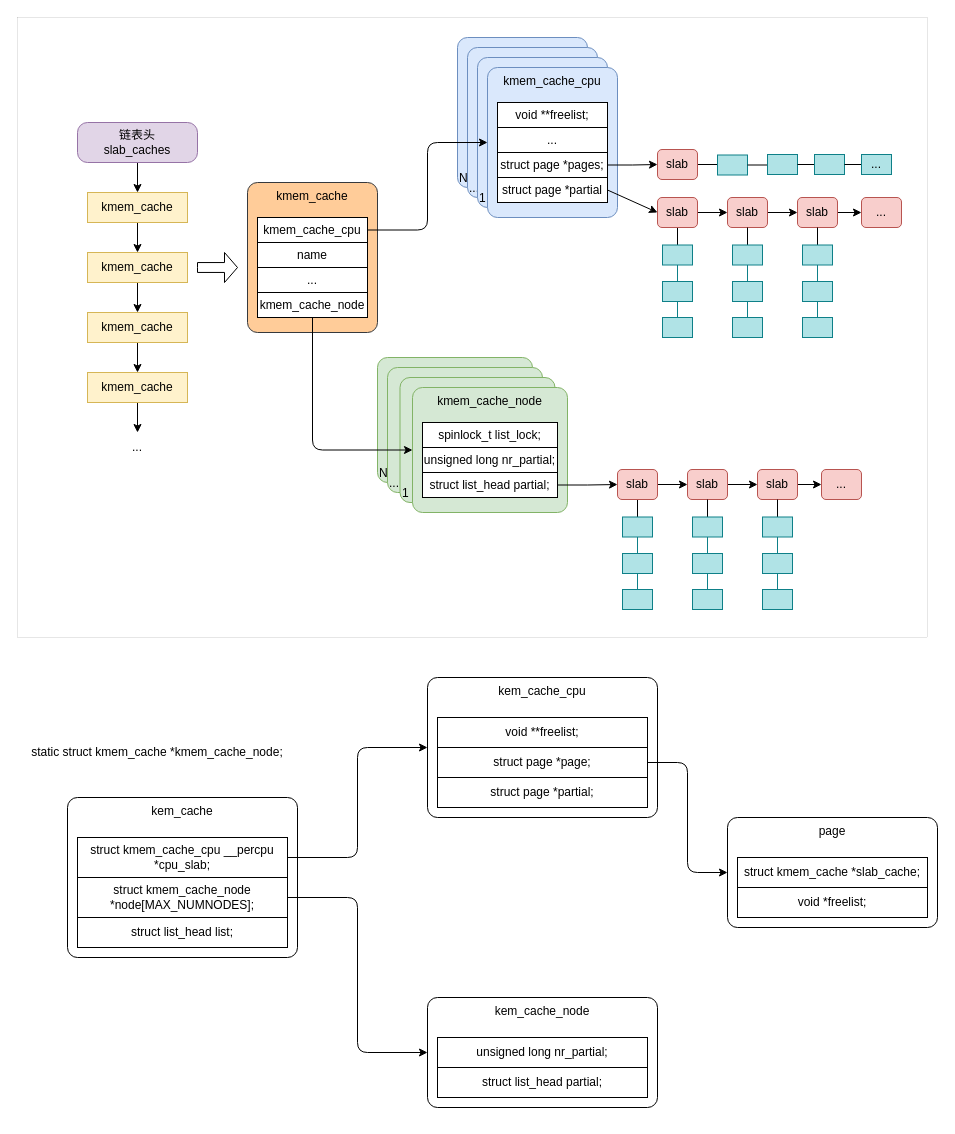
Above: page "slub分配器" (3 of 3) of linux/linux-memory-manage.drawio in Aspiresky/draw.io (draw.io), before the change. Source tidied: cells renumbered, new cells numbered last; positions are measured from the earlier drawing's top-left corner, leaving out a move shared by most shapes. Both pictures are drawn from the tidied source at 100%, with x=0, y=0 at pixel (17, 17).
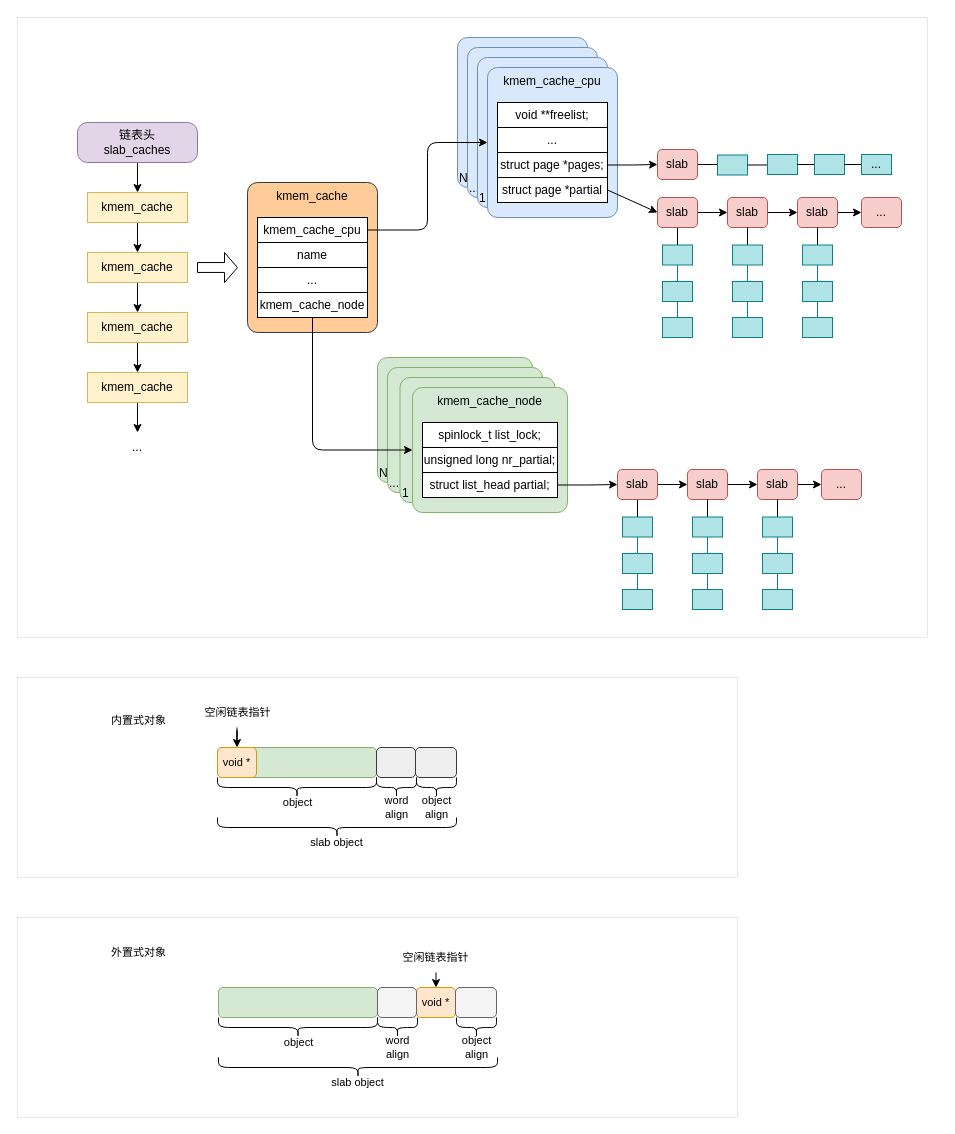
The same page after the edit.

Change to the diagram source:
```diff
@@
-    <mxCell id="99" value="kem_cache" style="rounded=1;whiteSpace=wrap;html=1;verticalAlign=top;absoluteArcSize=1;" parent="1" vertex="1">
-      <mxGeometry x="50" y="780" width="230" height="160" as="geometry" />
-    </mxCell>
-    <mxCell id="100" style="edgeStyle=orthogonalEdgeStyle;rounded=1;jettySize=auto;html=1;exitX=1;exitY=0.5;exitDx=0;exitDy=0;entryX=0;entryY=0.5;entryDx=0;entryDy=0;curved=0;" parent="1" edge="1" source="101" target="105">
-      <mxGeometry relative="1" as="geometry" />
-    </mxCell>
-    <mxCell id="101" value="struct kmem_cache_cpu __percpu *cpu_slab;" style="rounded=0;whiteSpace=wrap;html=1;" parent="1" vertex="1">
-      <mxGeometry x="60" y="820" width="210" height="40" as="geometry" />
-    </mxCell>
-    <mxCell id="102" style="edgeStyle=orthogonalEdgeStyle;rounded=1;jettySize=auto;html=1;exitX=1;exitY=0.5;exitDx=0;exitDy=0;entryX=0;entryY=0.5;entryDx=0;entryDy=0;curved=0;" parent="1" edge="1" source="103" target="109">
-      <mxGeometry relative="1" as="geometry" />
-    </mxCell>
-    <mxCell id="103" value="struct kmem_cache_node *node[MAX_NUMNODES];" style="rounded=0;whiteSpace=wrap;html=1;" parent="1" vertex="1">
-      <mxGeometry x="60" y="860" width="210" height="40" as="geometry" />
-    </mxCell>
-    <mxCell id="104" value="static struct kmem_cache *kmem_cache_node;" style="text;html=1;strokeColor=none;fillColor=none;align=center;verticalAlign=middle;whiteSpace=wrap;rounded=0;" parent="1" vertex="1">
-      <mxGeometry y="720" width="280" height="30" as="geometry" />
-    </mxCell>
-    <mxCell id="105" value="kem_cache_cpu" style="rounded=1;whiteSpace=wrap;html=1;verticalAlign=top;absoluteArcSize=1;" parent="1" vertex="1">
-      <mxGeometry x="410" y="660" width="230" height="140" as="geometry" />
-    </mxCell>
-    <mxCell id="106" value="void **freelist;" style="rounded=0;whiteSpace=wrap;html=1;" parent="1" vertex="1">
-      <mxGeometry x="420" y="700" width="210" height="30" as="geometry" />
-    </mxCell>
-    <mxCell id="107" style="edgeStyle=orthogonalEdgeStyle;rounded=1;jettySize=auto;html=1;exitX=1;exitY=0.5;exitDx=0;exitDy=0;entryX=0;entryY=0.5;entryDx=0;entryDy=0;curved=0;" parent="1" edge="1" source="108" target="114">
-      <mxGeometry relative="1" as="geometry" />
-    </mxCell>
-    <mxCell id="108" value="struct page *page;" style="rounded=0;whiteSpace=wrap;html=1;" parent="1" vertex="1">
-      <mxGeometry x="420" y="730" width="210" height="30" as="geometry" />
-    </mxCell>
-    <mxCell id="109" value="kem_cache_node" style="rounded=1;whiteSpace=wrap;html=1;verticalAlign=top;absoluteArcSize=1;" parent="1" vertex="1">
-      <mxGeometry x="410" y="980" width="230" height="110" as="geometry" />
-    </mxCell>
-    <mxCell id="110" value="unsigned long nr_partial;" style="rounded=0;whiteSpace=wrap;html=1;" parent="1" vertex="1">
-      <mxGeometry x="420" y="1020" width="210" height="30" as="geometry" />
-    </mxCell>
-    <mxCell id="111" value="struct list_head partial;" style="rounded=0;whiteSpace=wrap;html=1;" parent="1" vertex="1">
-      <mxGeometry x="420" y="1050" width="210" height="30" as="geometry" />
-    </mxCell>
-    <mxCell id="112" value="struct list_head list;" style="rounded=0;whiteSpace=wrap;html=1;" parent="1" vertex="1">
-      <mxGeometry x="60" y="900" width="210" height="30" as="geometry" />
-    </mxCell>
-    <mxCell id="113" value="struct page *partial;" style="rounded=0;whiteSpace=wrap;html=1;" parent="1" vertex="1">
-      <mxGeometry x="420" y="760" width="210" height="30" as="geometry" />
-    </mxCell>
-    <mxCell id="114" value="page" style="rounded=1;whiteSpace=wrap;html=1;verticalAlign=top;absoluteArcSize=1;" parent="1" vertex="1">
-      <mxGeometry x="710" y="800" width="210" height="110" as="geometry" />
-    </mxCell>
-    <mxCell id="115" value="struct kmem_cache *slab_cache;" style="rounded=0;whiteSpace=wrap;html=1;" parent="1" vertex="1">
-      <mxGeometry x="720" y="840" width="190" height="30" as="geometry" />
-    </mxCell>
-    <mxCell id="116" value="void *freelist;" style="rounded=0;whiteSpace=wrap;html=1;" parent="1" vertex="1">
-      <mxGeometry x="720" y="870" width="190" height="30" as="geometry" />
-    </mxCell>
+    <mxCell id="117" style="rounded=0;whiteSpace=wrap;html=1;fontFamily=Helvetica;fontSize=11;fontColor=default;strokeWidth=0;" parent="1" vertex="1">
+      <mxGeometry y="660" width="720" height="200" as="geometry" />
+    </mxCell>
+    <mxCell id="118" style="rounded=1;whiteSpace=wrap;html=1;fontFamily=Helvetica;fontSize=11;fillColor=#d5e8d4;strokeColor=#82b366;" parent="1" vertex="1">
+      <mxGeometry x="200" y="730" width="159" height="30" as="geometry" />
+    </mxCell>
+    <mxCell id="119" value="内置式对象" style="text;html=1;align=center;verticalAlign=middle;strokeColor=none;fillColor=none;fontSize=11;fontFamily=Helvetica;fontColor=default;" parent="1" vertex="1">
+      <mxGeometry x="81" y="688" width="80" height="30" as="geometry" />
+    </mxCell>
+    <mxCell id="120" value="void *" style="rounded=1;whiteSpace=wrap;html=1;fontFamily=Helvetica;fontSize=11;fillColor=#ffe6cc;strokeColor=#d79b00;" parent="1" vertex="1">
+      <mxGeometry x="200" y="730" width="39" height="30" as="geometry" />
+    </mxCell>
+    <mxCell id="121" style="rounded=1;whiteSpace=wrap;html=1;fontFamily=Helvetica;fontSize=11;fillColor=#eeeeee;strokeColor=#36393d;" parent="1" vertex="1">
+      <mxGeometry x="359" y="730" width="39" height="30" as="geometry" />
+    </mxCell>
+    <mxCell id="122" style="rounded=1;whiteSpace=wrap;html=1;fontFamily=Helvetica;fontSize=11;fillColor=#eeeeee;strokeColor=#36393d;" parent="1" vertex="1">
+      <mxGeometry x="398" y="730" width="41" height="30" as="geometry" />
+    </mxCell>
+    <mxCell id="123" style="shape=curlyBracket;whiteSpace=wrap;html=1;rounded=1;labelPosition=left;verticalLabelPosition=middle;align=right;verticalAlign=middle;fontFamily=Helvetica;fontSize=11;fontColor=default;direction=north;" parent="1" vertex="1">
+      <mxGeometry x="200" y="760" width="159" height="20" as="geometry" />
+    </mxCell>
+    <mxCell id="124" value="object" style="text;html=1;align=center;verticalAlign=middle;strokeColor=none;fillColor=none;fontSize=11;fontFamily=Helvetica;fontColor=default;" parent="1" vertex="1">
+      <mxGeometry x="254.5" y="770" width="50" height="30" as="geometry" />
+    </mxCell>
+    <mxCell id="125" style="shape=curlyBracket;whiteSpace=wrap;html=1;rounded=1;labelPosition=left;verticalLabelPosition=middle;align=right;verticalAlign=middle;fontFamily=Helvetica;fontSize=11;fontColor=default;direction=north;" parent="1" vertex="1">
+      <mxGeometry x="359" y="760" width="40" height="20" as="geometry" />
+    </mxCell>
+    <mxCell id="126" value="word&lt;br&gt;align" style="text;html=1;align=center;verticalAlign=middle;strokeColor=none;fillColor=none;fontSize=11;fontFamily=Helvetica;fontColor=default;" parent="1" vertex="1">
+      <mxGeometry x="354" y="770" width="50" height="40" as="geometry" />
+    </mxCell>
+    <mxCell id="127" style="shape=curlyBracket;whiteSpace=wrap;html=1;rounded=1;labelPosition=left;verticalLabelPosition=middle;align=right;verticalAlign=middle;fontFamily=Helvetica;fontSize=11;fontColor=default;direction=north;" parent="1" vertex="1">
+      <mxGeometry x="399" y="760" width="40" height="20" as="geometry" />
+    </mxCell>
+    <mxCell id="128" value="object&lt;br&gt;align" style="text;html=1;align=center;verticalAlign=middle;strokeColor=none;fillColor=none;fontSize=11;fontFamily=Helvetica;fontColor=default;" parent="1" vertex="1">
+      <mxGeometry x="394" y="770" width="50" height="40" as="geometry" />
+    </mxCell>
+    <mxCell id="129" style="edgeStyle=orthogonalEdgeStyle;shape=connector;rounded=1;jettySize=auto;html=1;entryX=0.5;entryY=0;entryDx=0;entryDy=0;labelBackgroundColor=default;strokeColor=default;align=center;verticalAlign=middle;fontFamily=Helvetica;fontSize=11;fontColor=default;endArrow=classic;" parent="1" edge="1" source="130" target="120">
+      <mxGeometry relative="1" as="geometry" />
+    </mxCell>
+    <mxCell id="130" value="空闲链表指针" style="text;html=1;align=center;verticalAlign=middle;points=[];strokeColor=none;fillColor=none;fontSize=11;fontFamily=Helvetica;fontColor=default;" parent="1" vertex="1">
+      <mxGeometry x="174.5" y="680" width="90" height="30" as="geometry" />
+    </mxCell>
+    <mxCell id="131" style="shape=curlyBracket;whiteSpace=wrap;html=1;rounded=1;labelPosition=left;verticalLabelPosition=middle;align=right;verticalAlign=middle;fontFamily=Helvetica;fontSize=11;fontColor=default;direction=north;" parent="1" vertex="1">
+      <mxGeometry x="200" y="800" width="239" height="20" as="geometry" />
+    </mxCell>
+    <mxCell id="132" value="slab object" style="text;html=1;align=center;verticalAlign=middle;strokeColor=none;fillColor=none;fontSize=11;fontFamily=Helvetica;fontColor=default;" parent="1" vertex="1">
+      <mxGeometry x="279" y="810" width="80" height="30" as="geometry" />
+    </mxCell>
+    <mxCell id="133" style="rounded=0;whiteSpace=wrap;html=1;fontFamily=Helvetica;fontSize=11;fontColor=default;strokeWidth=0;" parent="1" vertex="1">
+      <mxGeometry y="900" width="720" height="200" as="geometry" />
+    </mxCell>
+    <mxCell id="134" style="rounded=1;whiteSpace=wrap;html=1;fontFamily=Helvetica;fontSize=11;fillColor=#d5e8d4;strokeColor=#82b366;" parent="1" vertex="1">
+      <mxGeometry x="201" y="970" width="159" height="30" as="geometry" />
+    </mxCell>
+    <mxCell id="135" value="外置式对象" style="text;html=1;align=center;verticalAlign=middle;strokeColor=none;fillColor=none;fontSize=11;fontFamily=Helvetica;fontColor=default;" parent="1" vertex="1">
+      <mxGeometry x="81" y="920" width="80" height="30" as="geometry" />
+    </mxCell>
+    <mxCell id="136" value="void *" style="rounded=1;whiteSpace=wrap;html=1;fontFamily=Helvetica;fontSize=11;fillColor=#ffe6cc;strokeColor=#d79b00;" parent="1" vertex="1">
+      <mxGeometry x="399" y="970" width="39" height="30" as="geometry" />
+    </mxCell>
+    <mxCell id="137" style="rounded=1;whiteSpace=wrap;html=1;fontFamily=Helvetica;fontSize=11;fontColor=#333333;fillColor=#f5f5f5;strokeColor=#666666;" parent="1" vertex="1">
+      <mxGeometry x="360" y="970" width="39" height="30" as="geometry" />
+    </mxCell>
+    <mxCell id="138" style="rounded=1;whiteSpace=wrap;html=1;fontFamily=Helvetica;fontSize=11;fontColor=#333333;fillColor=#f5f5f5;strokeColor=#666666;" parent="1" vertex="1">
+      <mxGeometry x="438" y="970" width="41" height="30" as="geometry" />
+    </mxCell>
+    <mxCell id="139" style="shape=curlyBracket;whiteSpace=wrap;html=1;rounded=1;labelPosition=left;verticalLabelPosition=middle;align=right;verticalAlign=middle;fontFamily=Helvetica;fontSize=11;fontColor=default;direction=north;" parent="1" vertex="1">
+      <mxGeometry x="201" y="1000" width="159" height="20" as="geometry" />
+    </mxCell>
+    <mxCell id="140" value="object" style="text;html=1;align=center;verticalAlign=middle;strokeColor=none;fillColor=none;fontSize=11;fontFamily=Helvetica;fontColor=default;" parent="1" vertex="1">
+      <mxGeometry x="255.5" y="1010" width="50" height="30" as="geometry" />
+    </mxCell>
+    <mxCell id="141" style="shape=curlyBracket;whiteSpace=wrap;html=1;rounded=1;labelPosition=left;verticalLabelPosition=middle;align=right;verticalAlign=middle;fontFamily=Helvetica;fontSize=11;fontColor=default;direction=north;" parent="1" vertex="1">
+      <mxGeometry x="360" y="1000" width="40" height="20" as="geometry" />
+    </mxCell>
+    <mxCell id="142" value="word&lt;br&gt;align" style="text;html=1;align=center;verticalAlign=middle;strokeColor=none;fillColor=none;fontSize=11;fontFamily=Helvetica;fontColor=default;" parent="1" vertex="1">
+      <mxGeometry x="355" y="1010" width="50" height="40" as="geometry" />
+    </mxCell>
+    <mxCell id="143" style="shape=curlyBracket;whiteSpace=wrap;html=1;rounded=1;labelPosition=left;verticalLabelPosition=middle;align=right;verticalAlign=middle;fontFamily=Helvetica;fontSize=11;fontColor=default;direction=north;" parent="1" vertex="1">
+      <mxGeometry x="439" y="1000" width="40" height="20" as="geometry" />
+    </mxCell>
+    <mxCell id="144" value="object&lt;br&gt;align" style="text;html=1;align=center;verticalAlign=middle;strokeColor=none;fillColor=none;fontSize=11;fontFamily=Helvetica;fontColor=default;" parent="1" vertex="1">
+      <mxGeometry x="434" y="1010" width="50" height="40" as="geometry" />
+    </mxCell>
+    <mxCell id="145" style="edgeStyle=orthogonalEdgeStyle;shape=connector;rounded=1;jettySize=auto;html=1;entryX=0.5;entryY=0;entryDx=0;entryDy=0;labelBackgroundColor=default;strokeColor=default;align=center;verticalAlign=middle;fontFamily=Helvetica;fontSize=11;fontColor=default;endArrow=classic;" parent="1" edge="1" target="136">
+      <mxGeometry relative="1" as="geometry">
+        <mxPoint x="418.5" y="955" as="sourcePoint" />
+      </mxGeometry>
+    </mxCell>
+    <mxCell id="146" value="空闲链表指针" style="text;html=1;align=center;verticalAlign=middle;strokeColor=none;fillColor=none;fontSize=11;fontFamily=Helvetica;fontColor=default;" parent="1" vertex="1">
+      <mxGeometry x="372.5" y="925" width="90" height="30" as="geometry" />
+    </mxCell>
+    <mxCell id="147" style="shape=curlyBracket;whiteSpace=wrap;html=1;rounded=1;labelPosition=left;verticalLabelPosition=middle;align=right;verticalAlign=middle;fontFamily=Helvetica;fontSize=11;fontColor=default;direction=north;" parent="1" vertex="1">
+      <mxGeometry x="201" y="1040" width="279" height="20" as="geometry" />
+    </mxCell>
+    <mxCell id="148" value="slab object" style="text;html=1;align=center;verticalAlign=middle;strokeColor=none;fillColor=none;fontSize=11;fontFamily=Helvetica;fontColor=default;" parent="1" vertex="1">
+      <mxGeometry x="300" y="1050" width="80" height="30" as="geometry" />
+    </mxCell>
```
